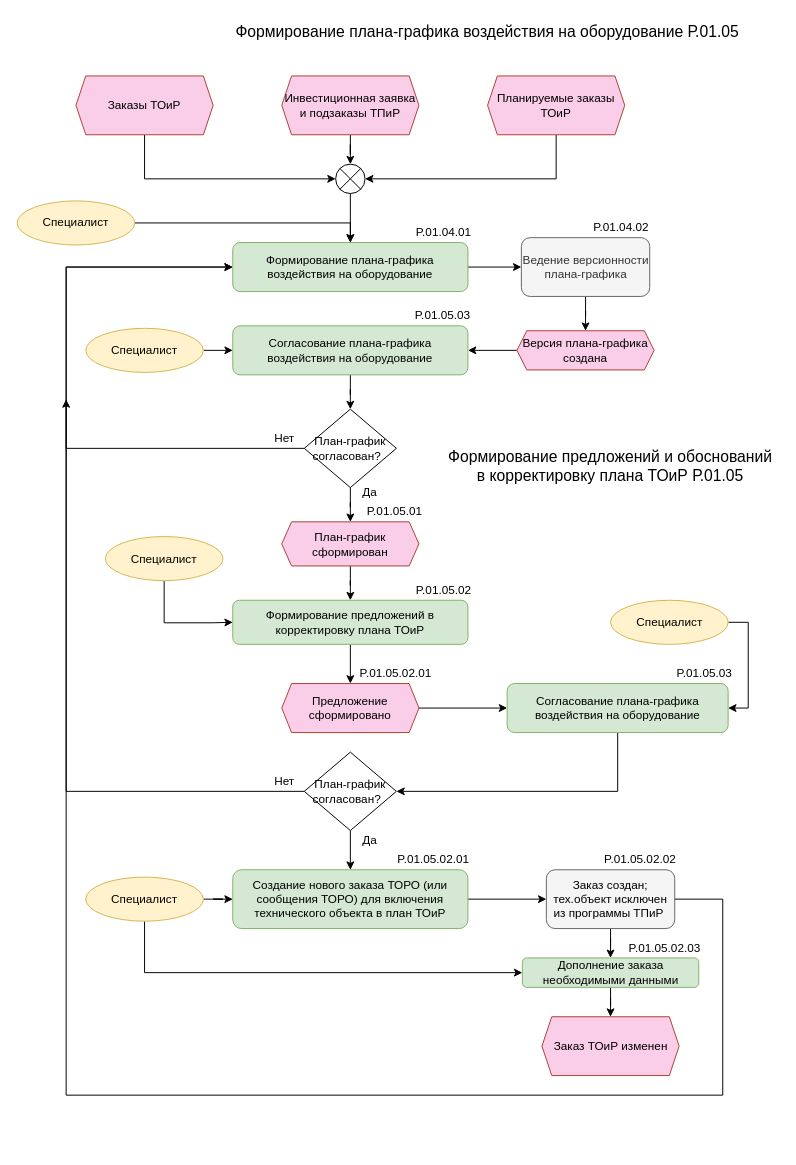
GluhovDmitry/charts keeps this draw.io diagram as page "Page-5-6 (Done)" (5 of 7) of P.01.01 - 01.07_V2 (3).drawio. Above is the earlier version. Source tidied: cells renumbered, new cells numbered last; positions are measured from the earlier drawing's top-left corner, leaving out a move shared by most shapes. Both pictures are drawn from the tidied source at 98%, with x=0, y=0 at pixel (17, 17).
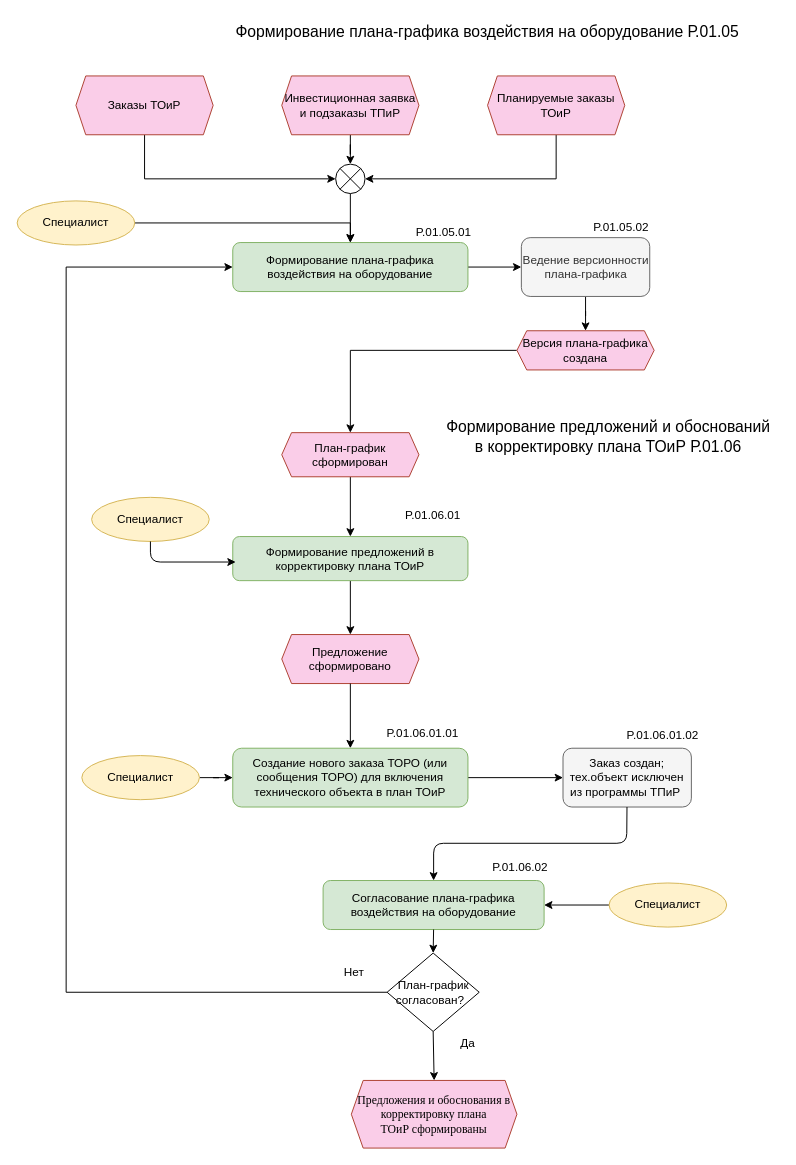
Above is the later version.

The change refers to these unchanged cells:
```xml
<mxCell id="13" value="Формирование плана-графика воздействия на оборудование" style="rounded=1;whiteSpace=wrap;html=1;fillColor=#d5e8d4;strokeColor=#82b366;" parent="1" vertex="1">
  <mxGeometry x="220" y="230" width="240" height="50" as="geometry" />
</mxCell>
<mxCell id="47" value="Версия плана-графика создана" style="shape=hexagon;perimeter=hexagonPerimeter2;whiteSpace=wrap;html=1;size=0.07142857142857142;strokeColor=#ae4132;fillColor=#FACDE8;" parent="1" vertex="1">
  <mxGeometry x="510" y="320" width="140" height="40" as="geometry" />
</mxCell>
```

What changed in the source:
```diff
@@
-    <mxCell id="12" style="edgeStyle=orthogonalEdgeStyle;rounded=0;jettySize=auto;html=1;entryX=0.5;entryY=0;entryDx=0;entryDy=0;" parent="1" edge="1" source="41" target="18">
-      <mxGeometry relative="1" as="geometry" />
-    </mxCell>
@@
-    <mxCell id="16" value="&lt;font&gt;&lt;span style=&quot;font-size: 16px&quot;&gt;Формирование предложений и обоснований в корректировку плана ТОиР Р.01.05&lt;/span&gt;&lt;/font&gt;" style="text;html=1;strokeColor=none;fillColor=none;align=center;verticalAlign=middle;whiteSpace=wrap;rounded=0;" parent="1" vertex="1">
-      <mxGeometry x="434.2" y="440" width="342.5" height="35" as="geometry" />
+    <mxCell id="16" value="&lt;font&gt;&lt;span style=&quot;font-size: 16px&quot;&gt;Формирование предложений и обоснований в корректировку плана ТОиР Р.01.06&lt;/span&gt;&lt;/font&gt;" style="text;html=1;strokeColor=none;fillColor=none;align=center;verticalAlign=middle;whiteSpace=wrap;rounded=0;" parent="1" vertex="1">
+      <mxGeometry x="432" y="410" width="342.5" height="35" as="geometry" />
     </mxCell>
@@
     <mxCell id="18" value="План-график сформирован" style="shape=hexagon;perimeter=hexagonPerimeter2;whiteSpace=wrap;html=1;size=0.07142857142857142;strokeColor=#ae4132;fillColor=#FACDE8;" parent="1" vertex="1">
-      <mxGeometry x="270" y="515" width="140" height="45" as="geometry" />
+      <mxGeometry x="270" y="424" width="140" height="45" as="geometry" />
     </mxCell>
-    <mxCell id="19" value="P.01.05.03" style="text;html=1;strokeColor=none;fillColor=none;align=center;verticalAlign=middle;whiteSpace=wrap;rounded=0;" parent="1" vertex="1">
-      <mxGeometry x="410" y="295" width="49" height="20" as="geometry" />
-    </mxCell>
-    <mxCell id="20" value="P.01.04.02" style="text;html=1;strokeColor=none;fillColor=none;align=center;verticalAlign=middle;whiteSpace=wrap;rounded=0;" parent="1" vertex="1">
+    <mxCell id="20" value="P.01.05.02" style="text;html=1;strokeColor=none;fillColor=none;align=center;verticalAlign=middle;whiteSpace=wrap;rounded=0;" parent="1" vertex="1">
       <mxGeometry x="592" y="205" width="49" height="20" as="geometry" />
     </mxCell>
-    <mxCell id="21" value="P.01.05.01" style="text;html=1;strokeColor=none;fillColor=none;align=center;verticalAlign=middle;whiteSpace=wrap;rounded=0;" parent="1" vertex="1">
-      <mxGeometry x="361" y="495" width="49" height="20" as="geometry" />
+    <mxCell id="21" value="P.01.06.01" style="text;html=1;strokeColor=none;fillColor=none;align=center;verticalAlign=middle;whiteSpace=wrap;rounded=0;" parent="1" vertex="1">
+      <mxGeometry x="400" y="499" width="49" height="20" as="geometry" />
     </mxCell>
@@
     <mxCell id="23" value="Формирование предложений в корректировку плана ТОиР" style="rounded=1;whiteSpace=wrap;html=1;fillColor=#d5e8d4;strokeColor=#82b366;" parent="1" vertex="1">
-      <mxGeometry x="220" y="595" width="240" height="45" as="geometry" />
+      <mxGeometry x="220" y="530" width="240" height="45" as="geometry" />
     </mxCell>
-    <mxCell id="24" style="edgeStyle=orthogonalEdgeStyle;rounded=0;jettySize=auto;html=1;entryX=0;entryY=0.5;entryDx=0;entryDy=0;" parent="1" edge="1" source="25" target="51">
-      <mxGeometry relative="1" as="geometry" />
-    </mxCell>
     <mxCell id="25" value="Предложение сформировано" style="shape=hexagon;perimeter=hexagonPerimeter2;whiteSpace=wrap;html=1;size=0.07142857142857142;strokeColor=#ae4132;fillColor=#FACDE8;" parent="1" vertex="1">
-      <mxGeometry x="270" y="680" width="140" height="50" as="geometry" />
+      <mxGeometry x="270" y="630" width="140" height="50" as="geometry" />
     </mxCell>
@@
     <mxCell id="27" value="Создание нового заказа ТОРО (или сообщения ТОРО) для включения технического объекта в план ТОиР" style="rounded=1;whiteSpace=wrap;html=1;fillColor=#d5e8d4;strokeColor=#82b366;" parent="1" vertex="1">
-      <mxGeometry x="220" y="870" width="240" height="60" as="geometry" />
+      <mxGeometry x="220" y="746" width="240" height="60" as="geometry" />
     </mxCell>
-    <mxCell id="28" value="P.01.05.02" style="text;html=1;strokeColor=none;fillColor=none;align=center;verticalAlign=middle;whiteSpace=wrap;rounded=0;" parent="1" vertex="1">
-      <mxGeometry x="411" y="575" width="49" height="20" as="geometry" />
-    </mxCell>
-    <mxCell id="29" value="P.01.05.02.01" style="text;html=1;strokeColor=none;fillColor=none;align=center;verticalAlign=middle;whiteSpace=wrap;rounded=0;" parent="1" vertex="1">
-      <mxGeometry x="390" y="850" width="70" height="20" as="geometry" />
+    <mxCell id="29" value="P.01.06.01.01" style="text;html=1;strokeColor=none;fillColor=none;align=center;verticalAlign=middle;whiteSpace=wrap;rounded=0;" parent="1" vertex="1">
+      <mxGeometry x="379" y="721" width="70" height="20" as="geometry" />
     </mxCell>
-    <mxCell id="30" value="P.01.05.02.01" style="text;html=1;strokeColor=none;fillColor=none;align=center;verticalAlign=middle;whiteSpace=wrap;rounded=0;" parent="1" vertex="1">
-      <mxGeometry x="362" y="660" width="49" height="20" as="geometry" />
-    </mxCell>
-    <mxCell id="31" value="P.01.05.02.02" style="text;html=1;strokeColor=none;fillColor=none;align=center;verticalAlign=middle;whiteSpace=wrap;rounded=0;" parent="1" vertex="1">
-      <mxGeometry x="601" y="850" width="70" height="20" as="geometry" />
-    </mxCell>
-    <mxCell id="32" style="edgeStyle=orthogonalEdgeStyle;rounded=0;jettySize=auto;html=1;entryX=0.5;entryY=0;entryDx=0;entryDy=0;" parent="1" edge="1" source="34" target="36">
-      <mxGeometry relative="1" as="geometry" />
-    </mxCell>
-    <mxCell id="33" style="edgeStyle=orthogonalEdgeStyle;rounded=0;jettySize=auto;html=1;entryX=0;entryY=0.5;entryDx=0;entryDy=0;" parent="1" edge="1" source="34" target="13">
-      <mxGeometry relative="1" as="geometry">
-        <Array as="points">
-          <mxPoint x="720" y="900" />
-          <mxPoint x="720" y="1100" />
-          <mxPoint x="50" y="1100" />
-          <mxPoint x="50" y="255" />
-        </Array>
-      </mxGeometry>
-    </mxCell>
     <mxCell id="34" value="&lt;span style=&quot;color: rgb(0 , 0 , 0)&quot;&gt;Заказ создан; тех.объект исключен из программы ТПиР&amp;nbsp;&lt;/span&gt;" style="rounded=1;whiteSpace=wrap;html=1;fillColor=#f5f5f5;strokeColor=#666666;fontColor=#333333;" parent="1" vertex="1">
-      <mxGeometry x="540" y="870" width="131" height="60" as="geometry" />
+      <mxGeometry x="557" y="746" width="131" height="60" as="geometry" />
     </mxCell>
-    <mxCell id="35" style="edgeStyle=orthogonalEdgeStyle;rounded=0;jettySize=auto;html=1;entryX=0.5;entryY=0;entryDx=0;entryDy=0;" parent="1" edge="1" source="36" target="37">
-      <mxGeometry relative="1" as="geometry" />
-    </mxCell>
-    <mxCell id="36" value="Дополнение заказа необходимыми данными" style="rounded=1;whiteSpace=wrap;html=1;fillColor=#d5e8d4;strokeColor=#82b366;" parent="1" vertex="1">
-      <mxGeometry x="515.5" y="960" width="180" height="30" as="geometry" />
-    </mxCell>
-    <mxCell id="37" value="Заказ ТОиР изменен" style="shape=hexagon;perimeter=hexagonPerimeter2;whiteSpace=wrap;html=1;size=0.07142857142857142;strokeColor=#ae4132;fillColor=#FACDE8;" parent="1" vertex="1">
-      <mxGeometry x="535.5" y="1020" width="140" height="60" as="geometry" />
-    </mxCell>
-    <mxCell id="38" value="P.01.05.02.03" style="text;html=1;strokeColor=none;fillColor=none;align=center;verticalAlign=middle;whiteSpace=wrap;rounded=0;" parent="1" vertex="1">
-      <mxGeometry x="625.5" y="940" width="70" height="20" as="geometry" />
-    </mxCell>
-    <mxCell id="39" value="P.01.04.01" style="text;html=1;strokeColor=none;fillColor=none;align=center;verticalAlign=middle;whiteSpace=wrap;rounded=0;" parent="1" vertex="1">
+    <mxCell id="39" value="P.01.05.01" style="text;html=1;strokeColor=none;fillColor=none;align=center;verticalAlign=middle;whiteSpace=wrap;rounded=0;" parent="1" vertex="1">
       <mxGeometry x="411" y="210" width="49" height="20" as="geometry" />
     </mxCell>
-    <mxCell id="40" style="edgeStyle=orthogonalEdgeStyle;rounded=0;jettySize=auto;html=1;entryX=0;entryY=0.5;entryDx=0;entryDy=0;" parent="1" edge="1" source="41" target="13">
-      <mxGeometry relative="1" as="geometry">
-        <Array as="points">
-          <mxPoint x="50" y="440" />
-          <mxPoint x="50" y="255" />
-        </Array>
-      </mxGeometry>
-    </mxCell>
-    <mxCell id="41" value="План-график согласован?&amp;nbsp;&amp;nbsp;" style="rhombus;whiteSpace=wrap;html=1;" parent="1" vertex="1">
-      <mxGeometry x="293" y="400" width="94" height="80" as="geometry" />
-    </mxCell>
-    <mxCell id="42" value="Нет" style="text;html=1;strokeColor=none;fillColor=none;align=center;verticalAlign=middle;whiteSpace=wrap;rounded=0;" parent="1" vertex="1">
-      <mxGeometry x="253" y="420" width="40" height="20" as="geometry" />
-    </mxCell>
-    <mxCell id="43" value="Да" style="text;html=1;strokeColor=none;fillColor=none;align=center;verticalAlign=middle;whiteSpace=wrap;rounded=0;" parent="1" vertex="1">
-      <mxGeometry x="340" y="475" width="40" height="20" as="geometry" />
-    </mxCell>
@@
-    <mxCell id="46" style="edgeStyle=orthogonalEdgeStyle;rounded=0;jettySize=auto;html=1;entryX=1;entryY=0.5;entryDx=0;entryDy=0;" parent="1" edge="1" source="47" target="49">
+    <mxCell id="46" style="edgeStyle=orthogonalEdgeStyle;rounded=0;jettySize=auto;html=1;entryX=0.5;entryY=0;entryDx=0;entryDy=0;" parent="1" edge="1" source="47" target="18">
       <mxGeometry relative="1" as="geometry" />
     </mxCell>
@@
-    <mxCell id="48" style="edgeStyle=orthogonalEdgeStyle;rounded=0;jettySize=auto;html=1;entryX=0.5;entryY=0;entryDx=0;entryDy=0;" parent="1" edge="1" source="49" target="41">
-      <mxGeometry relative="1" as="geometry" />
-    </mxCell>
-    <mxCell id="49" value="Согласование плана-графика воздействия на оборудование" style="rounded=1;whiteSpace=wrap;html=1;fillColor=#d5e8d4;strokeColor=#82b366;" parent="1" vertex="1">
-      <mxGeometry x="220" y="315" width="240" height="50" as="geometry" />
-    </mxCell>
-    <mxCell id="50" style="edgeStyle=orthogonalEdgeStyle;rounded=0;jettySize=auto;html=1;entryX=1;entryY=0.5;entryDx=0;entryDy=0;" parent="1" edge="1" source="51" target="54">
-      <mxGeometry relative="1" as="geometry">
-        <Array as="points">
-          <mxPoint x="613" y="790" />
-        </Array>
-      </mxGeometry>
-    </mxCell>
     <mxCell id="51" value="Согласование плана-графика воздействия на оборудование" style="rounded=1;whiteSpace=wrap;html=1;fillColor=#d5e8d4;strokeColor=#82b366;" parent="1" vertex="1">
-      <mxGeometry x="500" y="680" width="225.5" height="50" as="geometry" />
+      <mxGeometry x="312.2" y="881" width="225.5" height="50" as="geometry" />
     </mxCell>
-    <mxCell id="52" style="edgeStyle=orthogonalEdgeStyle;rounded=0;jettySize=auto;html=1;entryX=0.5;entryY=0;entryDx=0;entryDy=0;" parent="1" edge="1" source="54" target="27">
-      <mxGeometry relative="1" as="geometry" />
-    </mxCell>
-    <mxCell id="53" style="edgeStyle=orthogonalEdgeStyle;rounded=0;jettySize=auto;html=1;" parent="1" edge="1" source="54">
+    <mxCell id="53" style="edgeStyle=orthogonalEdgeStyle;rounded=0;jettySize=auto;html=1;entryX=0;entryY=0.5;entryDx=0;entryDy=0;" parent="1" edge="1" source="54" target="13">
       <mxGeometry relative="1" as="geometry">
-        <mxPoint x="50" y="390" as="targetPoint" />
         <Array as="points">
-          <mxPoint x="50" y="790" />
-          <mxPoint x="50" y="410" />
+          <mxPoint x="50" y="995" />
+          <mxPoint x="50" y="255" />
         </Array>
       </mxGeometry>
     </mxCell>
     <mxCell id="54" value="План-график согласован?&amp;nbsp;&amp;nbsp;" style="rhombus;whiteSpace=wrap;html=1;" parent="1" vertex="1">
-      <mxGeometry x="293" y="750" width="94" height="80" as="geometry" />
+      <mxGeometry x="377.5" y="955" width="94" height="80" as="geometry" />
     </mxCell>
-    <mxCell id="55" value="P.01.05.03" style="text;html=1;strokeColor=none;fillColor=none;align=center;verticalAlign=middle;whiteSpace=wrap;rounded=0;" parent="1" vertex="1">
-      <mxGeometry x="676.5" y="660" width="49" height="20" as="geometry" />
-    </mxCell>
     <mxCell id="56" value="Нет" style="text;html=1;strokeColor=none;fillColor=none;align=center;verticalAlign=middle;whiteSpace=wrap;rounded=0;" parent="1" vertex="1">
-      <mxGeometry x="253" y="770" width="40" height="20" as="geometry" />
+      <mxGeometry x="324" y="965" width="40" height="20" as="geometry" />
     </mxCell>
     <mxCell id="57" value="Да" style="text;html=1;strokeColor=none;fillColor=none;align=center;verticalAlign=middle;whiteSpace=wrap;rounded=0;" parent="1" vertex="1">
-      <mxGeometry x="340" y="830" width="40" height="20" as="geometry" />
+      <mxGeometry x="440" y="1037" width="40" height="20" as="geometry" />
     </mxCell>
-    <mxCell id="58" style="edgeStyle=orthogonalEdgeStyle;rounded=0;jettySize=auto;html=1;exitX=1;exitY=0.5;exitDx=0;exitDy=0;entryX=0;entryY=0.5;entryDx=0;entryDy=0;" parent="1" edge="1" source="59" target="49">
-      <mxGeometry relative="1" as="geometry" />
-    </mxCell>
-    <mxCell id="59" value="Специалист" style="ellipse;whiteSpace=wrap;html=1;fillColor=#fff2cc;strokeColor=#d6b656;" parent="1" vertex="1">
-      <mxGeometry x="70" y="317.5" width="120" height="45" as="geometry" />
-    </mxCell>
-    <mxCell id="60" style="edgeStyle=orthogonalEdgeStyle;rounded=0;jettySize=auto;html=1;entryX=0;entryY=0.5;entryDx=0;entryDy=0;" parent="1" edge="1" source="61" target="23">
-      <mxGeometry relative="1" as="geometry">
-        <Array as="points">
-          <mxPoint x="150" y="618" />
-          <mxPoint x="200" y="618" />
-        </Array>
-      </mxGeometry>
-    </mxCell>
     <mxCell id="61" value="Специалист" style="ellipse;whiteSpace=wrap;html=1;fillColor=#fff2cc;strokeColor=#d6b656;" parent="1" vertex="1">
-      <mxGeometry x="90" y="530" width="120" height="45" as="geometry" />
+      <mxGeometry x="76" y="490" width="120" height="45" as="geometry" />
     </mxCell>
     <mxCell id="62" style="edgeStyle=orthogonalEdgeStyle;rounded=0;jettySize=auto;html=1;entryX=1;entryY=0.5;entryDx=0;entryDy=0;" parent="1" edge="1" source="63" target="51">
-      <mxGeometry relative="1" as="geometry">
-        <Array as="points">
-          <mxPoint x="746" y="618" />
-          <mxPoint x="746" y="705" />
-        </Array>
-      </mxGeometry>
+      <mxGeometry relative="1" as="geometry" />
     </mxCell>
     <mxCell id="63" value="Специалист" style="ellipse;whiteSpace=wrap;html=1;fillColor=#fff2cc;strokeColor=#d6b656;" parent="1" vertex="1">
-      <mxGeometry x="605.5" y="595" width="120" height="45" as="geometry" />
+      <mxGeometry x="604" y="883.5" width="120" height="45" as="geometry" />
     </mxCell>
@@
-    <mxCell id="65" style="edgeStyle=orthogonalEdgeStyle;rounded=0;jettySize=auto;html=1;entryX=0;entryY=0.5;entryDx=0;entryDy=0;" parent="1" edge="1" source="66" target="36">
-      <mxGeometry relative="1" as="geometry">
-        <Array as="points">
-          <mxPoint x="130" y="975" />
-        </Array>
-      </mxGeometry>
-    </mxCell>
     <mxCell id="66" value="Специалист" style="ellipse;whiteSpace=wrap;html=1;fillColor=#fff2cc;strokeColor=#d6b656;" parent="1" vertex="1">
-      <mxGeometry x="70" y="877.5" width="120" height="45" as="geometry" />
+      <mxGeometry x="66" y="753.5" width="120" height="45" as="geometry" />
     </mxCell>
+    <mxCell id="67" style="endArrow=classic;html=1;" parent="1" edge="1" source="61">
+      <mxGeometry relative="1" as="geometry">
+        <mxPoint x="223" y="556" as="targetPoint" />
+        <Array as="points">
+          <mxPoint x="136" y="556" />
+        </Array>
+      </mxGeometry>
+    </mxCell>
+    <mxCell id="68" style="endArrow=classic;html=1;exitX=0.5;exitY=1;exitDx=0;exitDy=0;entryX=0.5;entryY=0;entryDx=0;entryDy=0;" parent="1" edge="1" source="25" target="27">
+      <mxGeometry relative="1" as="geometry" />
+    </mxCell>
+    <mxCell id="69" value="P.01.06.01.02" style="text;html=1;strokeColor=none;fillColor=none;align=center;verticalAlign=middle;whiteSpace=wrap;rounded=0;" parent="1" vertex="1">
+      <mxGeometry x="624" y="723" width="70" height="20" as="geometry" />
+    </mxCell>
+    <mxCell id="70" style="endArrow=classic;html=1;entryX=0.5;entryY=0;entryDx=0;entryDy=0;" parent="1" edge="1" source="34" target="51">
+      <mxGeometry relative="1" as="geometry">
+        <Array as="points">
+          <mxPoint x="622" y="843" />
+          <mxPoint x="425" y="843" />
+        </Array>
+      </mxGeometry>
+    </mxCell>
+    <mxCell id="71" value="&lt;span style=&quot;font-family: &amp;#34;times new roman&amp;#34; , serif&quot;&gt;Предложения и обоснования в корректировку плана&lt;br&gt;ТОиР сформированы&lt;/span&gt;" style="shape=hexagon;perimeter=hexagonPerimeter2;whiteSpace=wrap;html=1;size=0.07142857142857142;strokeColor=#ae4132;fillColor=#FACDE8;" parent="1" vertex="1">
+      <mxGeometry x="341" y="1085" width="169" height="69" as="geometry" />
+    </mxCell>
+    <mxCell id="72" style="endArrow=classic;html=1;exitX=0.5;exitY=1;exitDx=0;exitDy=0;entryX=0.5;entryY=0;entryDx=0;entryDy=0;" parent="1" edge="1" source="54" target="71">
+      <mxGeometry relative="1" as="geometry" />
+    </mxCell>
+    <mxCell id="50" style="endArrow=classic;html=1;exitX=0.5;exitY=1;exitDx=0;exitDy=0;entryX=0.5;entryY=0;entryDx=0;entryDy=0;" parent="1" edge="1" source="51" target="54">
+      <mxGeometry relative="1" as="geometry" />
+    </mxCell>
+    <mxCell id="73" value="P.01.06.02" style="text;html=1;strokeColor=none;fillColor=none;align=center;verticalAlign=middle;whiteSpace=wrap;rounded=0;" parent="1" vertex="1">
+      <mxGeometry x="488.8" y="858" width="49" height="20" as="geometry" />
+    </mxCell>
```
